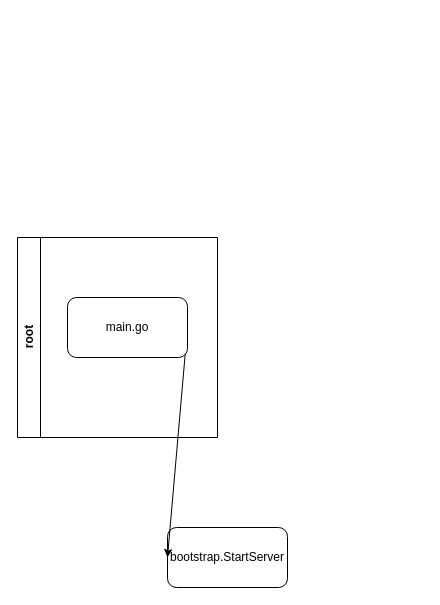
Above: Tare_movement_grabber.drawio in AntonKoltsov85/Schemes (draw.io), before the change. Source tidied: cells renumbered, new cells numbered last; positions are measured from the earlier drawing's top-left corner, leaving out a move shared by most shapes. Both pictures are drawn from the tidied source at 100%, with x=0, y=0 at pixel (17, 237).
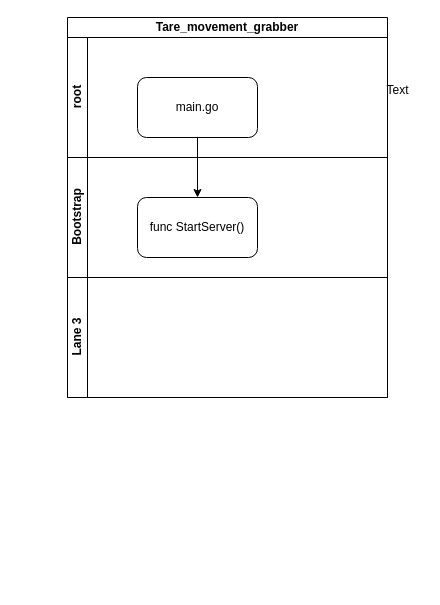
After the change.

Diff of the diagram source:
```diff
@@
 <mxGraphModel>
   <root>
     <mxCell id="0" />
     <mxCell id="1" parent="0" />
-    <mxCell id="2" value="bootstrap.StartServer" style="rounded=1;whiteSpace=wrap;html=1;" parent="1" vertex="1">
-      <mxGeometry x="150" y="290" width="120" height="60" as="geometry" />
-    </mxCell>
-    <mxCell id="3" style="endArrow=classic;html=1;rounded=0;exitX=1;exitY=0.5;exitDx=0;exitDy=0;entryX=0;entryY=0.5;entryDx=0;entryDy=0;" parent="1" edge="1" source="5" target="2">
-      <mxGeometry relative="1" as="geometry" />
-    </mxCell>
+    <mxCell id="6" value="Tare_movement_grabber" style="swimlane;html=1;horizontal=1;startSize=20;whiteSpace=wrap;" parent="1" vertex="1">
+      <mxGeometry x="50" y="-220" width="320" height="380" as="geometry" />
+    </mxCell>
-    <mxCell id="4" value="root" style="swimlane;horizontal=0;whiteSpace=wrap;html=1;" parent="1" vertex="1">
-      <mxGeometry width="200" height="200" as="geometry" />
+    <mxCell id="4" value="root" style="swimlane;html=1;startSize=20;horizontal=0;" parent="6" vertex="1">
+      <mxGeometry y="20" width="320" height="120" as="geometry" />
     </mxCell>
     <mxCell id="5" value="main.go" style="rounded=1;whiteSpace=wrap;html=1;" parent="4" vertex="1">
-      <mxGeometry x="50" y="60" width="120" height="60" as="geometry" />
+      <mxGeometry x="70" y="40" width="120" height="60" as="geometry" />
     </mxCell>
+    <mxCell id="7" value="Bootstrap" style="swimlane;html=1;startSize=20;horizontal=0;" parent="6" vertex="1">
+      <mxGeometry y="140" width="320" height="120" as="geometry" />
+    </mxCell>
+    <mxCell id="8" value="func StartServer()" style="rounded=1;whiteSpace=wrap;html=1;" parent="7" vertex="1">
+      <mxGeometry x="70" y="40" width="120" height="60" as="geometry" />
+    </mxCell>
+    <mxCell id="9" value="Lane 3" style="swimlane;html=1;startSize=20;horizontal=0;" parent="6" vertex="1">
+      <mxGeometry y="260" width="320" height="120" as="geometry" />
+    </mxCell>
+    <mxCell id="10" style="endArrow=classic;html=1;rounded=0;exitX=0.5;exitY=1;exitDx=0;exitDy=0;entryX=0.5;entryY=0;entryDx=0;entryDy=0;" parent="6" edge="1" source="5" target="8">
+      <mxGeometry relative="1" as="geometry" />
+    </mxCell>
+    <mxCell id="11" value="Text" style="text;html=1;align=center;verticalAlign=middle;strokeColor=none;fillColor=none;" parent="1" vertex="1">
+      <mxGeometry x="355" y="-162" width="50" height="30" as="geometry" />
+    </mxCell>
   </root>
 </mxGraphModel>
```
